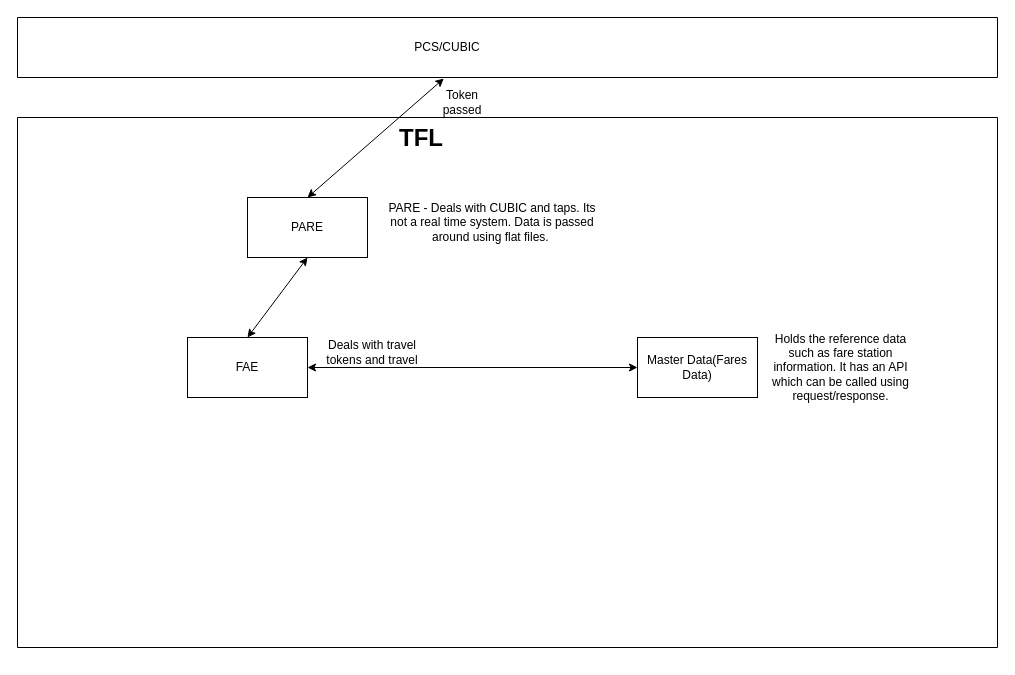
Before: FTPLogicalDiagram.drawio in mattwatts36/drawings, a draw.io diagram. Source tidied: cells renumbered, new cells numbered last; positions are measured from the earlier drawing's top-left corner, leaving out a move shared by most shapes. Both pictures are drawn from the tidied source at 100%, with x=0, y=0 at pixel (17, 17).
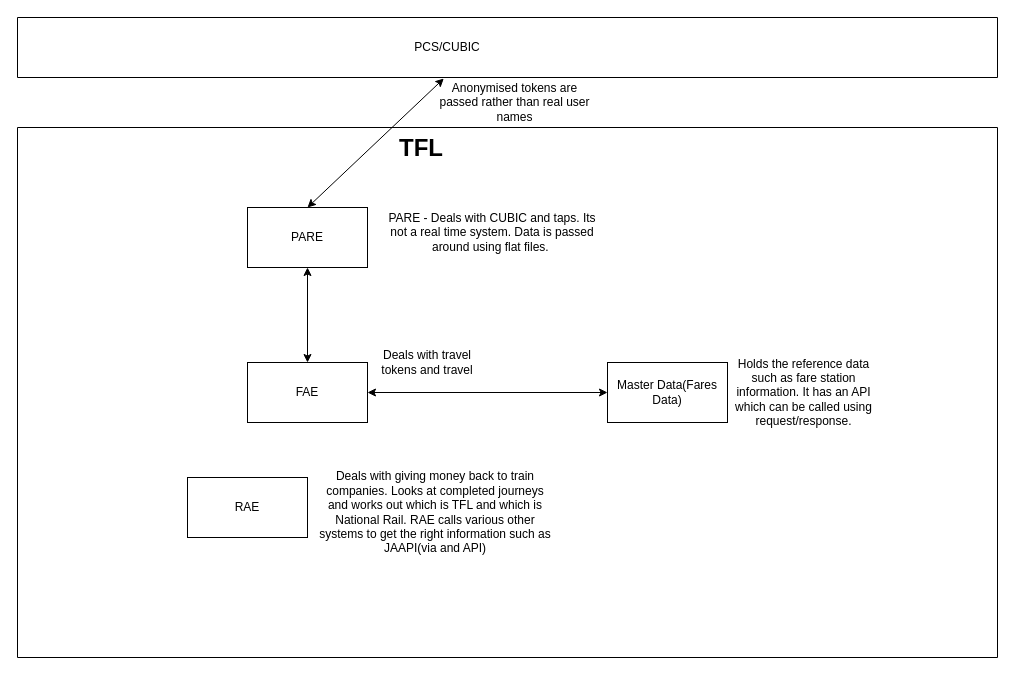
After the change.

Change to the diagram source:
```diff
@@
 <mxGraphModel>
   <root>
     <mxCell id="0" />
     <mxCell id="1" parent="0" />
     <mxCell id="2" style="verticalLabelPosition=bottom;verticalAlign=top;html=1;shape=mxgraph.basic.rect;fillColor2=none;strokeWidth=1;size=20;indent=5;" parent="1" vertex="1">
       <mxGeometry width="980" height="60" as="geometry" />
     </mxCell>
     <mxCell id="3" style="swimlane;startSize=0;" parent="1" vertex="1">
-      <mxGeometry y="100" width="980" height="530" as="geometry" />
+      <mxGeometry y="110" width="980" height="530" as="geometry" />
     </mxCell>
     <mxCell id="4" value="PARE" style="rounded=0;whiteSpace=wrap;html=1;" parent="3" vertex="1">
       <mxGeometry x="230" y="80" width="120" height="60" as="geometry" />
     </mxCell>
     <mxCell id="5" value="FAE" style="rounded=0;whiteSpace=wrap;html=1;" parent="3" vertex="1">
-      <mxGeometry x="170" y="220" width="120" height="60" as="geometry" />
+      <mxGeometry x="230" y="235" width="120" height="60" as="geometry" />
     </mxCell>
     <mxCell id="6" value="Master Data(Fares Data)" style="rounded=0;whiteSpace=wrap;html=1;" parent="3" vertex="1">
-      <mxGeometry x="620" y="220" width="120" height="60" as="geometry" />
+      <mxGeometry x="590" y="235" width="120" height="60" as="geometry" />
     </mxCell>
     <mxCell id="7" value="&lt;h1 style=&quot;margin-top: 0px;&quot;&gt;TFL&lt;/h1&gt;" style="text;html=1;whiteSpace=wrap;overflow=hidden;rounded=0;" parent="3" vertex="1">
       <mxGeometry x="380" width="60" height="50" as="geometry" />
     </mxCell>
     <mxCell id="8" value="PARE - Deals with CUBIC and taps. Its not a real time system. Data is passed around using flat files.&amp;nbsp;" style="text;html=1;align=center;verticalAlign=middle;whiteSpace=wrap;rounded=0;" parent="3" vertex="1">
       <mxGeometry x="370" y="80" width="210" height="50" as="geometry" />
     </mxCell>
     <mxCell id="9" value="Deals with travel tokens and travel" style="text;html=1;align=center;verticalAlign=middle;whiteSpace=wrap;rounded=0;" parent="3" vertex="1">
-      <mxGeometry x="300" y="220" width="110" height="30" as="geometry" />
+      <mxGeometry x="355" y="220" width="110" height="30" as="geometry" />
     </mxCell>
     <mxCell id="10" value="Holds the reference data such as fare station information. It has an API which can be called using request/response." style="text;html=1;align=center;verticalAlign=middle;whiteSpace=wrap;rounded=0;" parent="3" vertex="1">
-      <mxGeometry x="747" y="235" width="153" height="30" as="geometry" />
+      <mxGeometry x="710" y="250" width="153" height="30" as="geometry" />
     </mxCell>
-    <mxCell id="11" style="endArrow=classic;startArrow=classic;html=1;rounded=0;" parent="3" edge="1" target="6">
-      <mxGeometry relative="1" as="geometry">
-        <mxPoint x="290" y="250" as="sourcePoint" />
-      </mxGeometry>
+    <mxCell id="11" style="endArrow=classic;startArrow=classic;html=1;rounded=0;exitX=1;exitY=0.5;exitDx=0;exitDy=0;" parent="3" edge="1" source="5" target="6">
+      <mxGeometry relative="1" as="geometry" />
     </mxCell>
-    <mxCell id="12" style="endArrow=classic;startArrow=classic;html=1;rounded=0;entryX=0.5;entryY=1;entryDx=0;entryDy=0;" parent="3" edge="1" target="4">
-      <mxGeometry relative="1" as="geometry">
-        <mxPoint x="230" y="220" as="sourcePoint" />
-      </mxGeometry>
+    <mxCell id="12" style="endArrow=classic;startArrow=classic;html=1;rounded=0;entryX=0.5;entryY=1;entryDx=0;entryDy=0;exitX=0.5;exitY=0;exitDx=0;exitDy=0;" parent="3" edge="1" source="5" target="4">
+      <mxGeometry relative="1" as="geometry" />
     </mxCell>
+    <mxCell id="16" value="RAE" style="rounded=0;whiteSpace=wrap;html=1;" parent="3" vertex="1">
+      <mxGeometry x="170" y="350" width="120" height="60" as="geometry" />
+    </mxCell>
+    <mxCell id="17" value="Deals with giving money back to train companies. Looks at completed journeys and works out which is TFL and which is National Rail. RAE calls various other systems to get the right information such as JAAPI(via and API)" style="text;html=1;align=center;verticalAlign=middle;whiteSpace=wrap;rounded=0;" parent="3" vertex="1">
+      <mxGeometry x="300" y="370" width="236" height="30" as="geometry" />
+    </mxCell>
     <mxCell id="13" value="PCS/CUBIC" style="text;html=1;align=center;verticalAlign=middle;whiteSpace=wrap;rounded=0;" parent="1" vertex="1">
       <mxGeometry x="400" y="15" width="60" height="30" as="geometry" />
     </mxCell>
     <mxCell id="14" style="endArrow=classic;startArrow=classic;html=1;rounded=0;entryX=0.435;entryY=1.017;entryDx=0;entryDy=0;entryPerimeter=0;exitX=0.5;exitY=0;exitDx=0;exitDy=0;" parent="1" edge="1" source="4" target="2">
       <mxGeometry relative="1" as="geometry" />
     </mxCell>
-    <mxCell id="15" value="Token passed" style="text;html=1;align=center;verticalAlign=middle;whiteSpace=wrap;rounded=0;" parent="1" vertex="1">
-      <mxGeometry x="415" y="70" width="60" height="30" as="geometry" />
+    <mxCell id="15" value="Anonymised tokens are passed rather than real user names" style="text;html=1;align=center;verticalAlign=middle;whiteSpace=wrap;rounded=0;" parent="1" vertex="1">
+      <mxGeometry x="415" y="70" width="165" height="30" as="geometry" />
     </mxCell>
   </root>
 </mxGraphModel>
```
